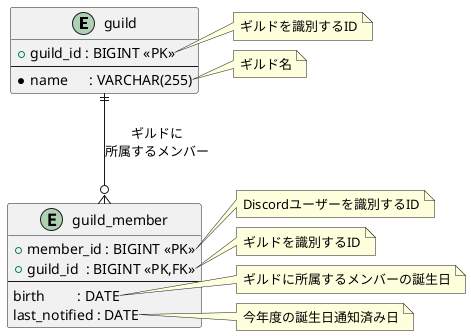
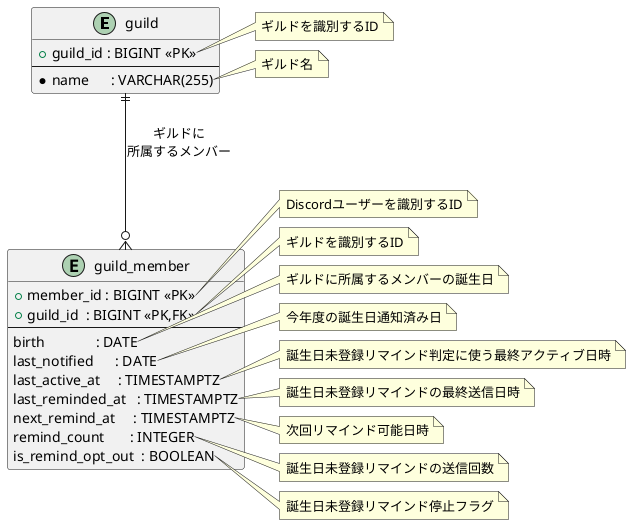
@startuml
entity "guild" as guild {
  +guild_id : BIGINT <<PK>>
  --
  *name      : VARCHAR(255)
}
note right of guild::guild_id
ギルドを識別するID
end note

note right of guild::name
ギルド名
end note

entity "guild_member" as member {
  +member_id : BIGINT <<PK>>
  +guild_id  : BIGINT <<PK,FK>>
  --
-   birth         : DATE
-   last_notified : DATE
+   birth              : DATE
+   last_notified      : DATE
+   last_active_at     : TIMESTAMPTZ
+   last_reminded_at   : TIMESTAMPTZ
+   next_remind_at     : TIMESTAMPTZ
+   remind_count       : INTEGER
+   is_remind_opt_out  : BOOLEAN
}
note right of member::member_id
Discordユーザーを識別するID
end note

note right of member::guild_id
ギルドを識別するID
end note

note right of member::birth
ギルドに所属するメンバーの誕生日
end note

note right of member::last_notified
今年度の誕生日通知済み日
end note

+ note right of member::last_active_at
+ 誕生日未登録リマインド判定に使う最終アクティブ日時
+ end note
+ 
+ note right of member::last_reminded_at
+ 誕生日未登録リマインドの最終送信日時
+ end note
+ 
+ note right of member::next_remind_at
+ 次回リマインド可能日時
+ end note
+ 
+ note right of member::remind_count
+ 誕生日未登録リマインドの送信回数
+ end note
+ 
+ note right of member::is_remind_opt_out
+ 誕生日未登録リマインド停止フラグ
+ end note
+ 
guild ||--o{ member : "ギルドに\n所属するメンバー"

@enduml
